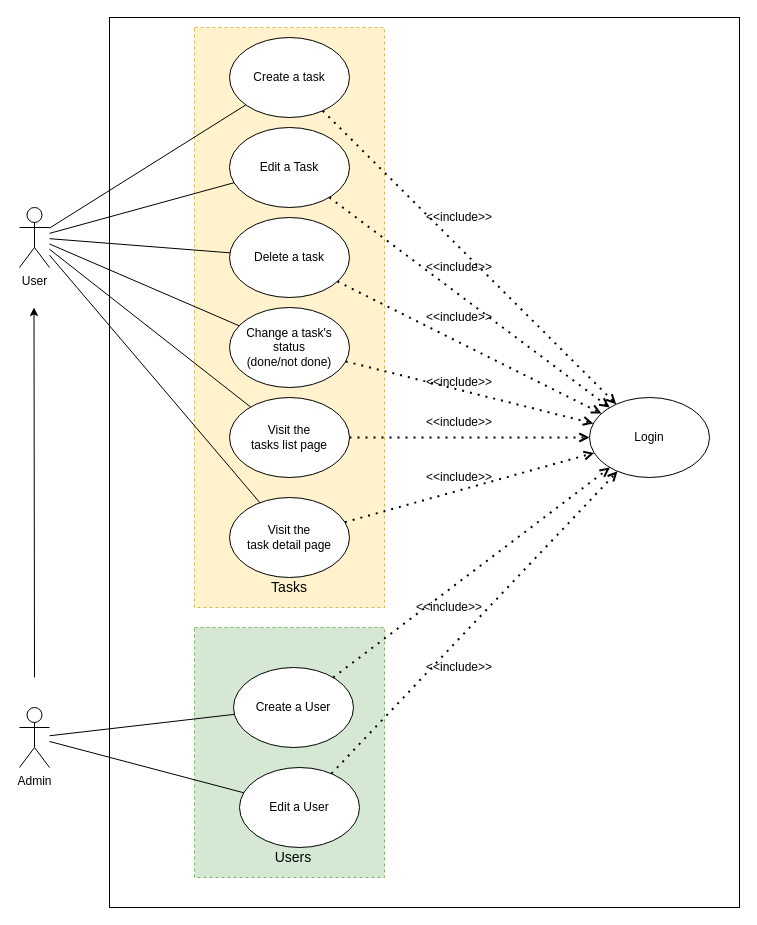
The draw.io diagram diagrams/todolist_global_use_case.drawio in JgPhil/Todo-Sf4, before the edit. Source tidied: cells renumbered, new cells numbered last; positions are measured from the earlier drawing's top-left corner, leaving out a move shared by most shapes. Both pictures are drawn from the tidied source at 100%, with x=0, y=0 at pixel (19, 17).
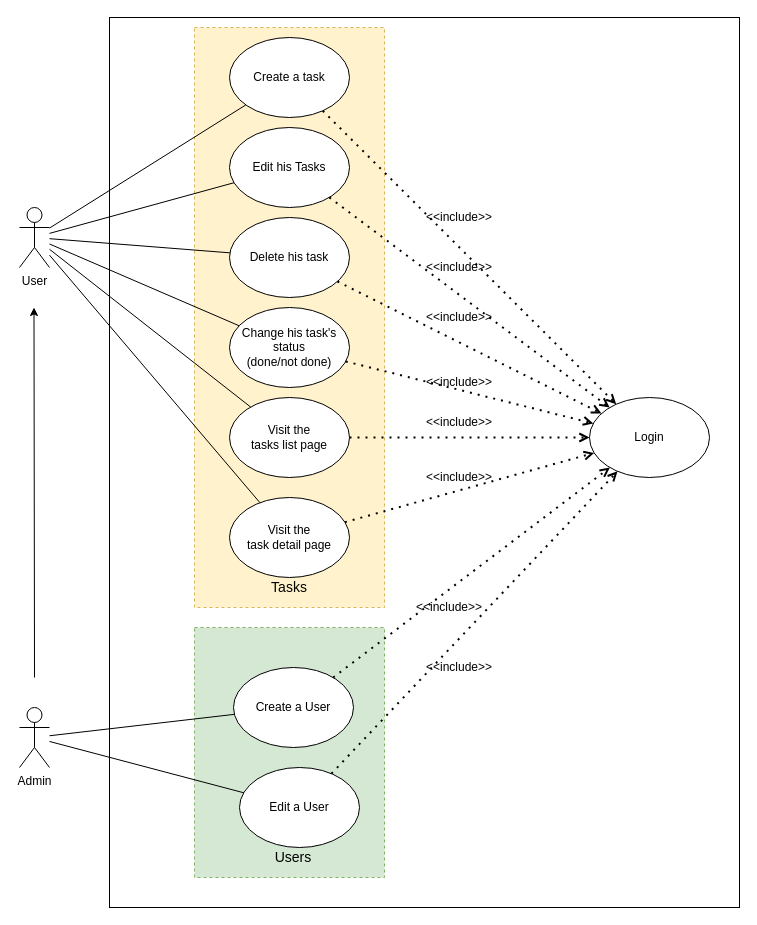
Above is the later version.

Diff of the diagram source:
```diff
@@
-    <mxCell id="10" value="Edit a Task" style="ellipse;whiteSpace=wrap;html=1;" parent="1" vertex="1">
+    <mxCell id="10" value="Edit his Tasks" style="ellipse;whiteSpace=wrap;html=1;" parent="1" vertex="1">
       <mxGeometry x="210" y="110" width="120" height="80" as="geometry" />
     </mxCell>
-    <mxCell id="11" value="Delete a task" style="ellipse;whiteSpace=wrap;html=1;" parent="1" vertex="1">
+    <mxCell id="11" value="Delete his task" style="ellipse;whiteSpace=wrap;html=1;" parent="1" vertex="1">
       <mxGeometry x="210" y="200" width="120" height="80" as="geometry" />
     </mxCell>
-    <mxCell id="12" value="Change a task's status &lt;br&gt;(done/not done)" style="ellipse;whiteSpace=wrap;html=1;" parent="1" vertex="1">
+    <mxCell id="12" value="Change his task's status &lt;br&gt;(done/not done)" style="ellipse;whiteSpace=wrap;html=1;" parent="1" vertex="1">
       <mxGeometry x="210" y="290" width="120" height="80" as="geometry" />
     </mxCell>
```
